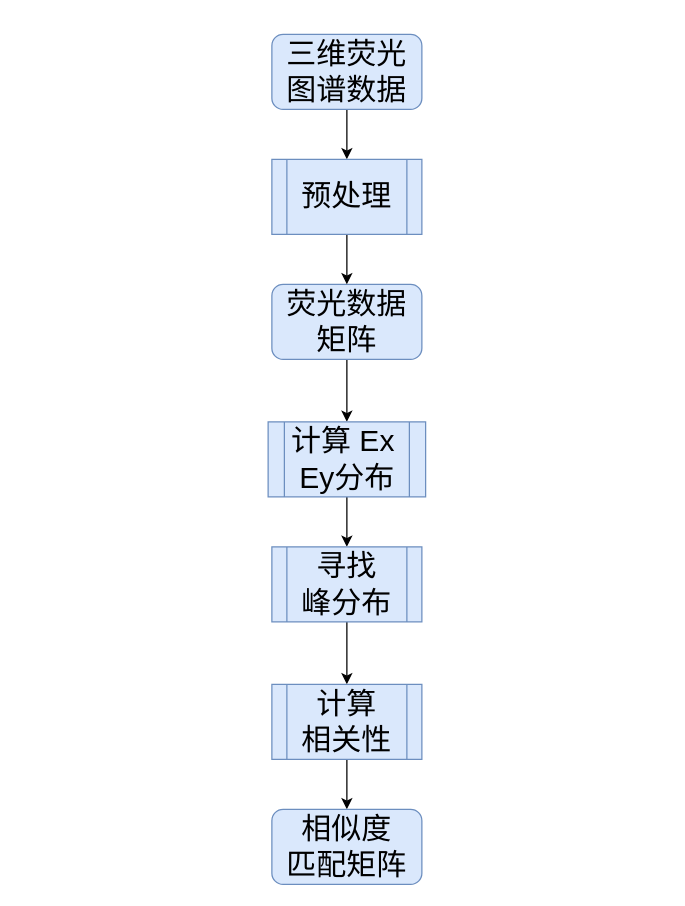
The draw.io diagram 荧光矩阵相似度计算流程.drawio in WienWong/Misc, before the edit. Source tidied: cells renumbered, new cells numbered last; positions are measured from the earlier drawing's top-left corner, leaving out a move shared by most shapes. Both pictures are drawn from the tidied source at 125%, with x=0, y=0 at pixel (268, 34).
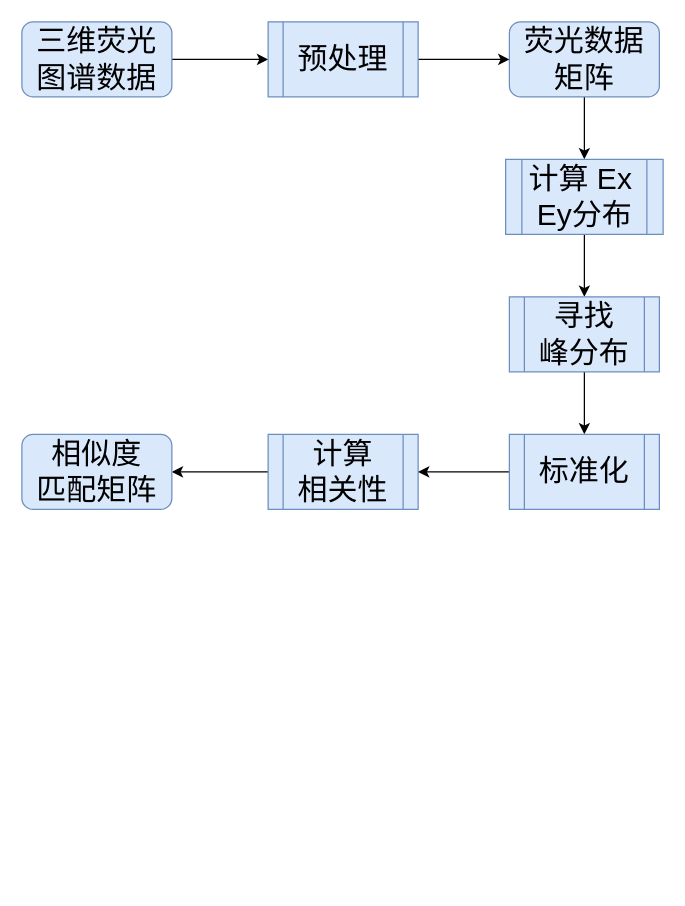
Above is the later version.

Commit message (it also covers changes not shown here):
Update 荧光矩阵相似度计算流程.drawio

Change to the diagram source:
```diff
@@
 <mxGraphModel>
   <root>
     <mxCell id="0" />
     <mxCell id="1" parent="0" />
-    <mxCell id="2" style="edgeStyle=orthogonalEdgeStyle;rounded=0;jettySize=auto;html=1;exitX=0.5;exitY=1;exitDx=0;exitDy=0;entryX=0.5;entryY=0;entryDx=0;entryDy=0;" parent="1" edge="1" source="3" target="7">
+    <mxCell id="2" style="edgeStyle=orthogonalEdgeStyle;rounded=0;jettySize=auto;html=1;exitX=1;exitY=0.5;exitDx=0;exitDy=0;entryX=0;entryY=0.5;entryDx=0;entryDy=0;" parent="1" edge="1" source="3" target="7">
       <mxGeometry relative="1" as="geometry" />
     </mxCell>
     <mxCell id="3" value="&lt;font style=&quot;font-size: 24px&quot;&gt;三维荧光图谱数据&lt;/font&gt;" style="rounded=1;whiteSpace=wrap;html=1;fillColor=#dae8fc;strokeColor=#6c8ebf;" parent="1" vertex="1">
-      <mxGeometry x="3" width="120" height="60" as="geometry" />
+      <mxGeometry x="-197" y="-10" width="120" height="60" as="geometry" />
     </mxCell>
     <mxCell id="4" style="edgeStyle=orthogonalEdgeStyle;rounded=0;jettySize=auto;html=1;exitX=0.5;exitY=1;exitDx=0;exitDy=0;entryX=0.5;entryY=0;entryDx=0;entryDy=0;" parent="1" edge="1" source="5" target="9">
       <mxGeometry relative="1" as="geometry" />
     </mxCell>
     <mxCell id="5" value="&lt;font style=&quot;font-size: 24px&quot;&gt;荧光数据矩阵&lt;/font&gt;" style="rounded=1;whiteSpace=wrap;html=1;fillColor=#dae8fc;strokeColor=#6c8ebf;" parent="1" vertex="1">
-      <mxGeometry x="3" y="200" width="120" height="60" as="geometry" />
+      <mxGeometry x="193" y="-10" width="120" height="60" as="geometry" />
     </mxCell>
-    <mxCell id="6" style="edgeStyle=orthogonalEdgeStyle;rounded=0;jettySize=auto;html=1;exitX=0.5;exitY=1;exitDx=0;exitDy=0;" parent="1" edge="1" source="7" target="5">
+    <mxCell id="6" style="edgeStyle=orthogonalEdgeStyle;rounded=0;jettySize=auto;html=1;exitX=1;exitY=0.5;exitDx=0;exitDy=0;entryX=0;entryY=0.5;entryDx=0;entryDy=0;" parent="1" edge="1" source="7" target="5">
       <mxGeometry relative="1" as="geometry" />
     </mxCell>
     <mxCell id="7" value="&lt;span style=&quot;font-size: 24px&quot;&gt;预处理&lt;/span&gt;" style="shape=process;whiteSpace=wrap;html=1;backgroundOutline=1;fillColor=#dae8fc;strokeColor=#6c8ebf;" parent="1" vertex="1">
-      <mxGeometry x="3" y="100" width="120" height="60" as="geometry" />
+      <mxGeometry y="-10" width="120" height="60" as="geometry" />
     </mxCell>
     <mxCell id="8" style="edgeStyle=orthogonalEdgeStyle;rounded=0;jettySize=auto;html=1;exitX=0.5;exitY=1;exitDx=0;exitDy=0;" parent="1" edge="1" source="9" target="11">
       <mxGeometry relative="1" as="geometry" />
     </mxCell>
     <mxCell id="9" value="&lt;font style=&quot;font-size: 24px&quot;&gt;计算 Ex&amp;nbsp;&lt;br&gt;Ey分布&lt;/font&gt;" style="shape=process;whiteSpace=wrap;html=1;backgroundOutline=1;fillColor=#dae8fc;strokeColor=#6c8ebf;" parent="1" vertex="1">
-      <mxGeometry y="310" width="126" height="60" as="geometry" />
+      <mxGeometry x="190" y="100" width="126" height="60" as="geometry" />
     </mxCell>
-    <mxCell id="10" style="edgeStyle=orthogonalEdgeStyle;rounded=0;jettySize=auto;html=1;exitX=0.5;exitY=1;exitDx=0;exitDy=0;entryX=0.5;entryY=0;entryDx=0;entryDy=0;" parent="1" edge="1" source="11" target="13">
-      <mxGeometry relative="1" as="geometry" />
-    </mxCell>
+    <mxCell id="15" style="edgeStyle=orthogonalEdgeStyle;rounded=0;jettySize=auto;html=1;exitX=0.5;exitY=1;exitDx=0;exitDy=0;" parent="1" edge="1" source="11" target="17">
+      <mxGeometry relative="1" as="geometry" />
+    </mxCell>
     <mxCell id="11" value="&lt;font style=&quot;font-size: 24px&quot;&gt;寻找&lt;br&gt;峰分布&lt;/font&gt;" style="shape=process;whiteSpace=wrap;html=1;backgroundOutline=1;fillColor=#dae8fc;strokeColor=#6c8ebf;" parent="1" vertex="1">
-      <mxGeometry x="3" y="410" width="120" height="60" as="geometry" />
+      <mxGeometry x="193" y="210" width="120" height="60" as="geometry" />
     </mxCell>
-    <mxCell id="12" style="edgeStyle=orthogonalEdgeStyle;rounded=0;jettySize=auto;html=1;exitX=0.5;exitY=1;exitDx=0;exitDy=0;" parent="1" edge="1" source="13" target="14">
+    <mxCell id="12" style="edgeStyle=orthogonalEdgeStyle;rounded=0;jettySize=auto;html=1;exitX=0;exitY=0.5;exitDx=0;exitDy=0;entryX=1;entryY=0.5;entryDx=0;entryDy=0;" parent="1" edge="1" source="13" target="14">
       <mxGeometry relative="1" as="geometry" />
     </mxCell>
     <mxCell id="13" value="&lt;font style=&quot;font-size: 24px&quot;&gt;计算&lt;br&gt;相关性&lt;br&gt;&lt;/font&gt;" style="shape=process;whiteSpace=wrap;html=1;backgroundOutline=1;fillColor=#dae8fc;strokeColor=#6c8ebf;" parent="1" vertex="1">
-      <mxGeometry x="3" y="520" width="120" height="60" as="geometry" />
+      <mxGeometry y="320" width="120" height="60" as="geometry" />
     </mxCell>
     <mxCell id="14" value="&lt;font style=&quot;font-size: 24px&quot;&gt;相似度&lt;br&gt;匹配矩阵&lt;/font&gt;" style="rounded=1;whiteSpace=wrap;html=1;fillColor=#dae8fc;strokeColor=#6c8ebf;" parent="1" vertex="1">
-      <mxGeometry x="3" y="620" width="120" height="60" as="geometry" />
+      <mxGeometry x="-197" y="320" width="120" height="60" as="geometry" />
     </mxCell>
+    <mxCell id="16" style="edgeStyle=orthogonalEdgeStyle;rounded=0;jettySize=auto;html=1;exitX=0;exitY=0.5;exitDx=0;exitDy=0;entryX=1;entryY=0.5;entryDx=0;entryDy=0;" parent="1" edge="1" source="17" target="13">
+      <mxGeometry relative="1" as="geometry" />
+    </mxCell>
+    <mxCell id="17" value="&lt;span style=&quot;font-size: 24px&quot;&gt;标准化&lt;/span&gt;" style="shape=process;whiteSpace=wrap;html=1;backgroundOutline=1;fillColor=#dae8fc;strokeColor=#6c8ebf;" parent="1" vertex="1">
+      <mxGeometry x="193" y="320" width="120" height="60" as="geometry" />
+    </mxCell>
   </root>
 </mxGraphModel>
```
